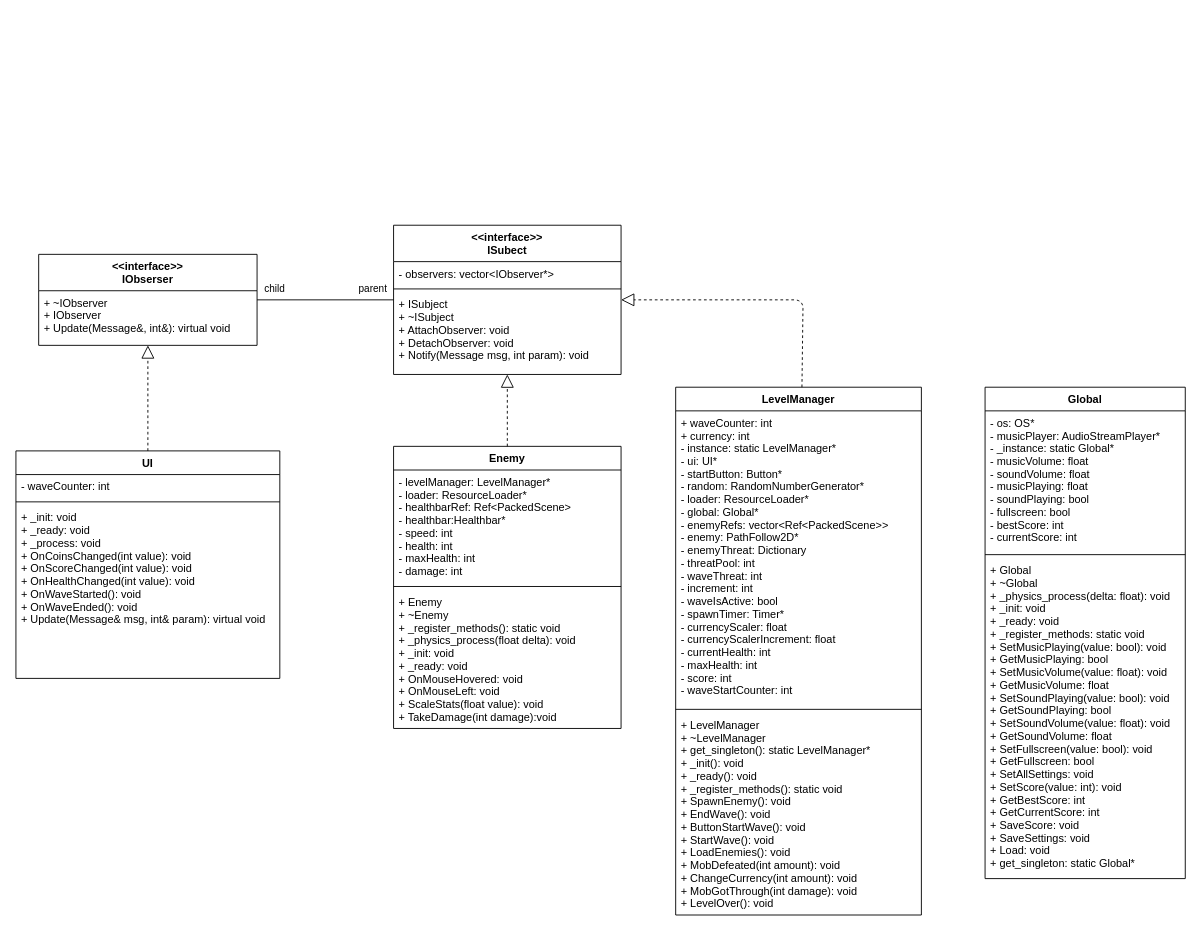
foreboding-sky/RainbowLands keeps this draw.io diagram as page "UI" (1 of 4) of UMLDiagram.drawio. Above is the earlier version. Source tidied: cells renumbered, new cells numbered last; positions are measured from the earlier drawing's top-left corner, leaving out a move shared by most shapes. Both pictures are drawn from the tidied source at 91%, with x=0, y=0 at pixel (15, 225).
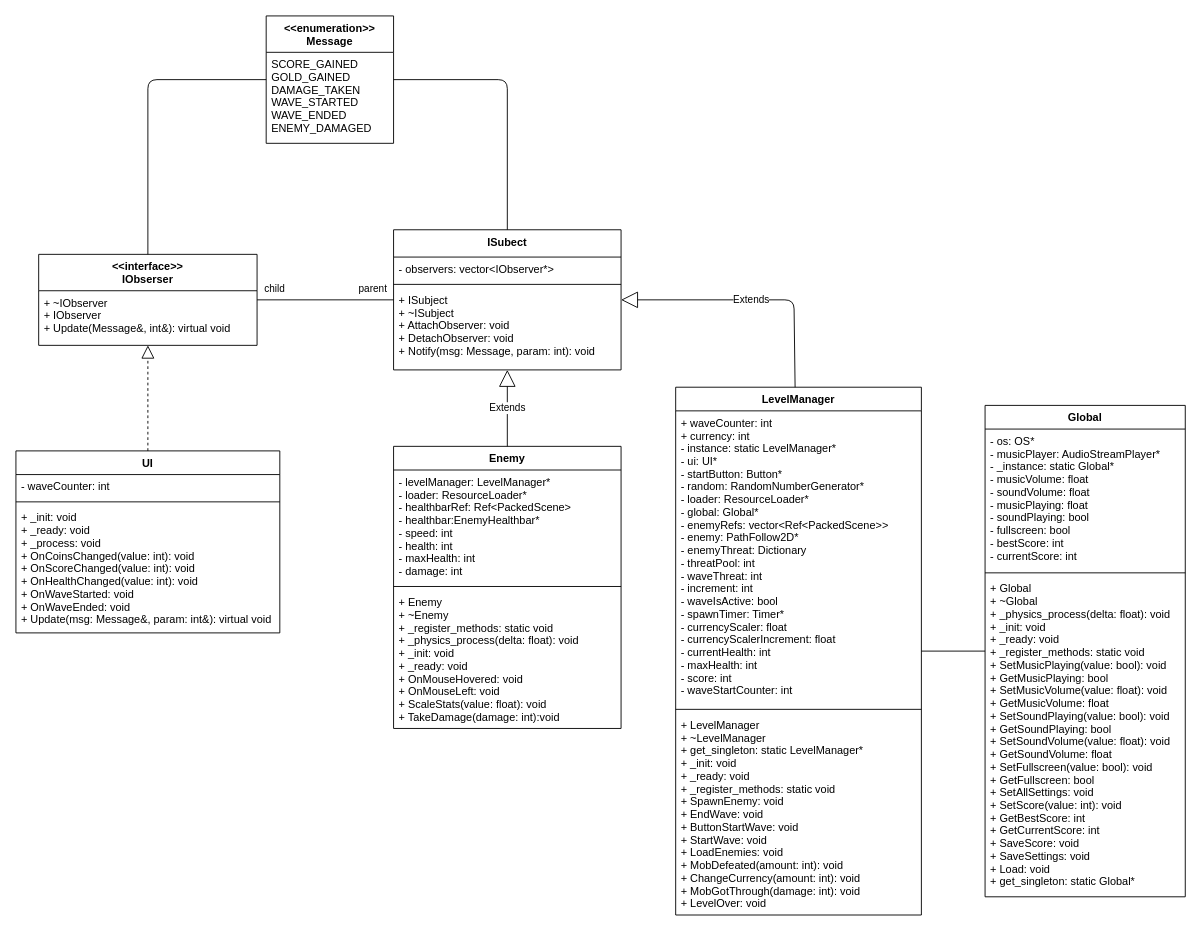
The same diagram, later.

The change refers to these unchanged cells:
```xml
<mxCell id="2" value="&lt;&lt;interface&gt;&gt;&#10;IObserser" style="swimlane;fontStyle=1;align=center;verticalAlign=top;horizontal=1;startSize=40;" parent="1" vertex="1">
  <mxGeometry x="25" y="32" width="240" height="100" as="geometry" />
</mxCell>
<mxCell id="12" value="Enemy" style="swimlane;fontStyle=1;align=center;verticalAlign=top;horizontal=1;startSize=26;" parent="1" vertex="1">
  <mxGeometry x="415" y="243" width="250" height="310" as="geometry" />
</mxCell>
<mxCell id="16" value="LevelManager" style="swimlane;fontStyle=1;align=center;verticalAlign=top;horizontal=1;startSize=26;" parent="1" vertex="1">
  <mxGeometry x="725" y="178" width="270" height="580" as="geometry" />
</mxCell>
```

Diff of the diagram source:
```diff
@@
-    <mxCell id="4" value="&lt;&lt;interface&gt;&gt;&#10;ISubect" style="swimlane;fontStyle=1;align=center;verticalAlign=top;horizontal=1;startSize=40;" parent="1" vertex="1">
-      <mxGeometry x="415" width="250" height="164" as="geometry" />
+    <mxCell id="4" value="ISubect" style="swimlane;fontStyle=1;align=center;verticalAlign=top;horizontal=1;startSize=30;" parent="1" vertex="1">
+      <mxGeometry x="415" y="5" width="250" height="154" as="geometry" />
     </mxCell>
     <mxCell id="5" value="- observers: vector&lt;IObserver*&gt;" style="text;strokeColor=none;fillColor=none;align=left;verticalAlign=top;spacingLeft=4;spacingRight=4;overflow=hidden;" parent="4" vertex="1">
-      <mxGeometry y="40" width="250" height="26" as="geometry" />
+      <mxGeometry y="30" width="250" height="26" as="geometry" />
     </mxCell>
     <mxCell id="6" style="line;strokeWidth=1;fillColor=none;align=left;verticalAlign=middle;spacingTop=-1;spacingLeft=3;spacingRight=3;labelPosition=right;" parent="4" vertex="1">
-      <mxGeometry y="66" width="250" height="8" as="geometry" />
+      <mxGeometry y="56" width="250" height="8" as="geometry" />
     </mxCell>
-    <mxCell id="7" value="+ ISubject&#10;+ ~ISubject&#10;+ AttachObserver: void&#10;+ DetachObserver: void&#10;+ Notify(Message msg, int param): void" style="text;strokeColor=none;fillColor=none;align=left;verticalAlign=top;spacingLeft=4;spacingRight=4;overflow=hidden;" parent="4" vertex="1">
-      <mxGeometry y="74" width="250" height="90" as="geometry" />
+    <mxCell id="7" value="+ ISubject&#10;+ ~ISubject&#10;+ AttachObserver: void&#10;+ DetachObserver: void&#10;+ Notify(msg: Message, param: int): void" style="text;strokeColor=none;fillColor=none;align=left;verticalAlign=top;spacingLeft=4;spacingRight=4;overflow=hidden;" parent="4" vertex="1">
+      <mxGeometry y="64" width="250" height="90" as="geometry" />
     </mxCell>
     <mxCell id="8" value="UI" style="swimlane;fontStyle=1;align=center;verticalAlign=top;horizontal=1;startSize=26;" parent="1" vertex="1">
-      <mxGeometry y="248" width="290" height="250" as="geometry" />
+      <mxGeometry y="248" width="290" height="200" as="geometry" />
     </mxCell>
@@
-    <mxCell id="11" value="+ _init: void&#10;+ _ready: void&#10;+ _process: void&#10;+ OnCoinsChanged(int value): void&#10;+ OnScoreChanged(int value): void&#10;+ OnHealthChanged(int value): void&#10;+ OnWaveStarted(): void&#10;+ OnWaveEnded(): void&#10;+ Update(Message&amp; msg, int&amp; param): virtual void" style="text;strokeColor=none;fillColor=none;align=left;verticalAlign=top;spacingLeft=4;spacingRight=4;overflow=hidden;" parent="8" vertex="1">
-      <mxGeometry y="60" width="290" height="190" as="geometry" />
+    <mxCell id="11" value="+ _init: void&#10;+ _ready: void&#10;+ _process: void&#10;+ OnCoinsChanged(value: int): void&#10;+ OnScoreChanged(value: int): void&#10;+ OnHealthChanged(value: int): void&#10;+ OnWaveStarted: void&#10;+ OnWaveEnded: void&#10;+ Update(msg: Message&amp;, param: int&amp;): virtual void" style="text;strokeColor=none;fillColor=none;align=left;verticalAlign=top;spacingLeft=4;spacingRight=4;overflow=hidden;" parent="8" vertex="1">
+      <mxGeometry y="60" width="290" height="140" as="geometry" />
     </mxCell>
@@
-    <mxCell id="13" value="- levelManager: LevelManager*&#10;- loader: ResourceLoader*&#10;- healthbarRef: Ref&lt;PackedScene&gt;&#10;- healthbar:Healthbar*&#10;- speed: int &#10;- health: int &#10;- maxHealth: int &#10;- damage: int" style="text;strokeColor=none;fillColor=none;align=left;verticalAlign=top;spacingLeft=4;spacingRight=4;overflow=hidden;" parent="12" vertex="1">
+    <mxCell id="13" value="- levelManager: LevelManager*&#10;- loader: ResourceLoader*&#10;- healthbarRef: Ref&lt;PackedScene&gt;&#10;- healthbar:EnemyHealthbar*&#10;- speed: int &#10;- health: int &#10;- maxHealth: int &#10;- damage: int" style="text;strokeColor=none;fillColor=none;align=left;verticalAlign=top;spacingLeft=4;spacingRight=4;overflow=hidden;" parent="12" vertex="1">
       <mxGeometry y="26" width="250" height="124" as="geometry" />
     </mxCell>
@@
-    <mxCell id="15" value="+ Enemy&#10;+ ~Enemy&#10;+ _register_methods(): static void &#10;+ _physics_process(float delta): void &#10;+ _init: void &#10;+ _ready: void &#10;+ OnMouseHovered: void &#10;+ OnMouseLeft: void &#10;+ ScaleStats(float value): void &#10;+ TakeDamage(int damage):void " style="text;strokeColor=none;fillColor=none;align=left;verticalAlign=top;spacingLeft=4;spacingRight=4;overflow=hidden;" parent="12" vertex="1">
+    <mxCell id="15" value="+ Enemy&#10;+ ~Enemy&#10;+ _register_methods: static void &#10;+ _physics_process(delta: float): void &#10;+ _init: void &#10;+ _ready: void &#10;+ OnMouseHovered: void &#10;+ OnMouseLeft: void &#10;+ ScaleStats(value: float): void &#10;+ TakeDamage(damage: int):void " style="text;strokeColor=none;fillColor=none;align=left;verticalAlign=top;spacingLeft=4;spacingRight=4;overflow=hidden;" parent="12" vertex="1">
       <mxGeometry y="158" width="250" height="152" as="geometry" />
     </mxCell>
@@
-    <mxCell id="19" value="+ LevelManager&#10;+ ~LevelManager&#10;+ get_singleton(): static LevelManager*&#10;+ _init(): void &#10;+ _ready(): void &#10;+ _register_methods(): static void&#10;+ SpawnEnemy(): void &#10;+ EndWave(): void &#10;+ ButtonStartWave(): void &#10;+ StartWave(): void &#10;+ LoadEnemies(): void &#10;+ MobDefeated(int amount): void &#10;+ ChangeCurrency(int amount): void &#10;+ MobGotThrough(int damage): void &#10;+ LevelOver(): void " style="text;strokeColor=none;fillColor=none;align=left;verticalAlign=top;spacingLeft=4;spacingRight=4;overflow=hidden;" parent="16" vertex="1">
+    <mxCell id="19" value="+ LevelManager&#10;+ ~LevelManager&#10;+ get_singleton: static LevelManager*&#10;+ _init: void &#10;+ _ready: void &#10;+ _register_methods: static void&#10;+ SpawnEnemy: void &#10;+ EndWave: void &#10;+ ButtonStartWave: void &#10;+ StartWave: void &#10;+ LoadEnemies: void &#10;+ MobDefeated(amount: int): void &#10;+ ChangeCurrency(amount: int): void &#10;+ MobGotThrough(damage: int): void &#10;+ LevelOver: void " style="text;strokeColor=none;fillColor=none;align=left;verticalAlign=top;spacingLeft=4;spacingRight=4;overflow=hidden;" parent="16" vertex="1">
       <mxGeometry y="358" width="270" height="222" as="geometry" />
     </mxCell>
@@
-    <mxCell id="21" style="endArrow=block;dashed=1;endFill=0;endSize=12;html=1;" parent="1" edge="1" source="12" target="4">
-      <mxGeometry relative="1" as="geometry" />
-    </mxCell>
-    <mxCell id="22" style="endArrow=block;dashed=1;endFill=0;endSize=12;html=1;" parent="1" edge="1" source="16" target="4">
-      <mxGeometry relative="1" as="geometry">
-        <Array as="points">
-          <mxPoint x="865" y="82" />
-        </Array>
-      </mxGeometry>
-    </mxCell>
     <mxCell id="23" value="Global" style="swimlane;fontStyle=1;align=center;verticalAlign=top;horizontal=1;startSize=26;" parent="1" vertex="1">
-      <mxGeometry x="1065" y="178" width="220" height="540" as="geometry" />
+      <mxGeometry x="1065" y="198" width="220" height="540" as="geometry" />
     </mxCell>
@@
+    <mxCell id="30" value="&lt;&lt;enumeration&gt;&gt;&#10;Message" style="swimlane;fontStyle=1;horizontal=1;startSize=40;fillColor=none;" parent="1" vertex="1">
+      <mxGeometry x="275" y="-230" width="140" height="140" as="geometry" />
+    </mxCell>
+    <mxCell id="31" value="SCORE_GAINED&#10;GOLD_GAINED&#10;DAMAGE_TAKEN&#10;WAVE_STARTED&#10; WAVE_ENDED&#10; ENEMY_DAMAGED" style="text;strokeColor=none;fillColor=none;align=left;verticalAlign=top;spacingLeft=4;spacingRight=4;overflow=hidden;" parent="30" vertex="1">
+      <mxGeometry y="40" width="140" height="100" as="geometry" />
+    </mxCell>
+    <mxCell id="32" style="endArrow=none;html=1;edgeStyle=orthogonalEdgeStyle;" parent="1" edge="1" source="30" target="4">
+      <mxGeometry relative="1" as="geometry">
+        <Array as="points">
+          <mxPoint x="540" y="-160" />
+        </Array>
+      </mxGeometry>
+    </mxCell>
+    <mxCell id="33" style="endArrow=none;html=1;edgeStyle=orthogonalEdgeStyle;" parent="1" edge="1" source="2" target="30">
+      <mxGeometry relative="1" as="geometry">
+        <Array as="points">
+          <mxPoint x="145" y="-160" />
+        </Array>
+      </mxGeometry>
+    </mxCell>
+    <mxCell id="22" value="Extends" style="endArrow=block;endSize=16;endFill=0;html=1;" parent="1" edge="1" source="16" target="4">
+      <mxGeometry relative="1" as="geometry">
+        <Array as="points">
+          <mxPoint x="855" y="82" />
+        </Array>
+      </mxGeometry>
+    </mxCell>
+    <mxCell id="21" value="Extends" style="endArrow=block;endSize=16;endFill=0;html=1;" parent="1" edge="1" source="12" target="4">
+      <mxGeometry relative="1" as="geometry" />
+    </mxCell>
+    <mxCell id="34" style="endArrow=none;html=1;edgeStyle=orthogonalEdgeStyle;" parent="1" edge="1" source="16" target="23">
+      <mxGeometry relative="1" as="geometry" />
+    </mxCell>
```
